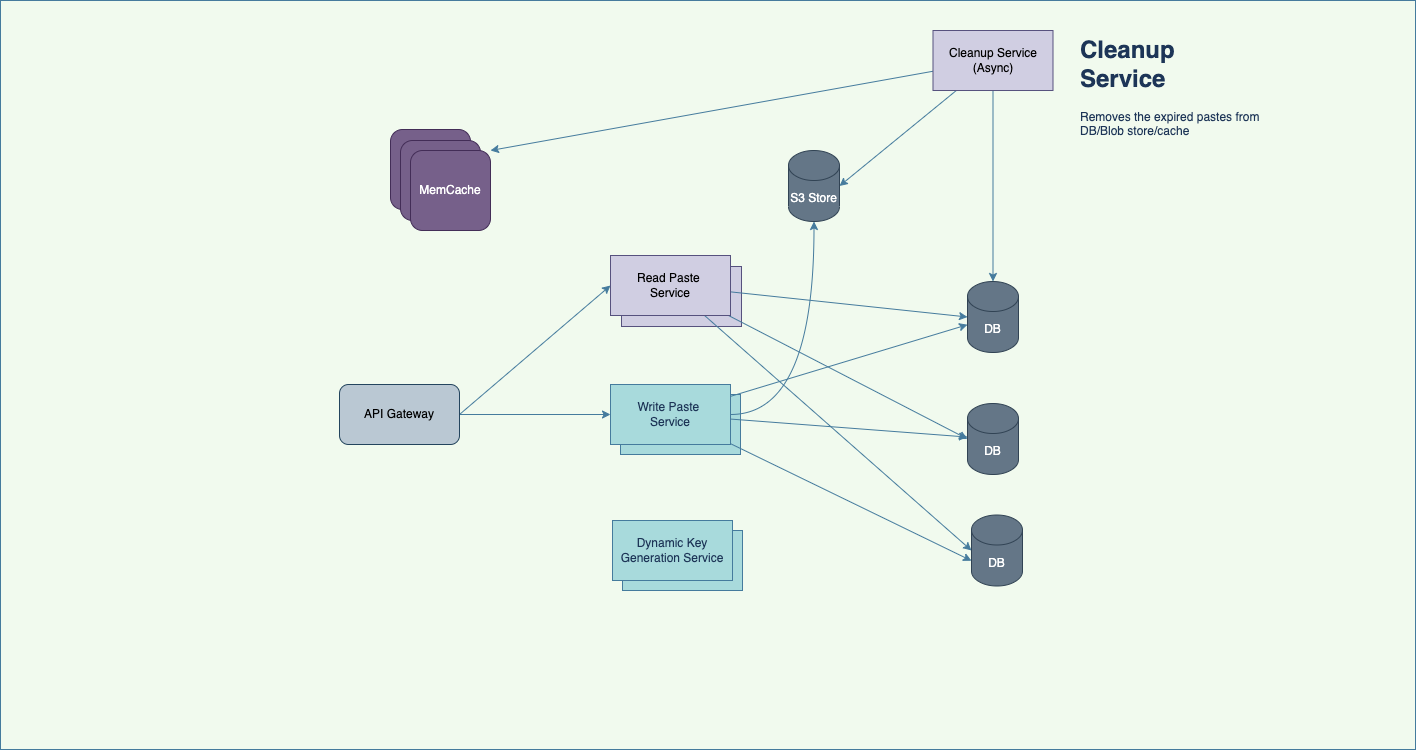
Before: PasteBin.drawio.png, a diagram exported from draw.io (mukeshsingal/draw.io). Source tidied: cells renumbered, new cells last; positions are measured from the earlier drawing's top-left corner, leaving out a move shared by most shapes.
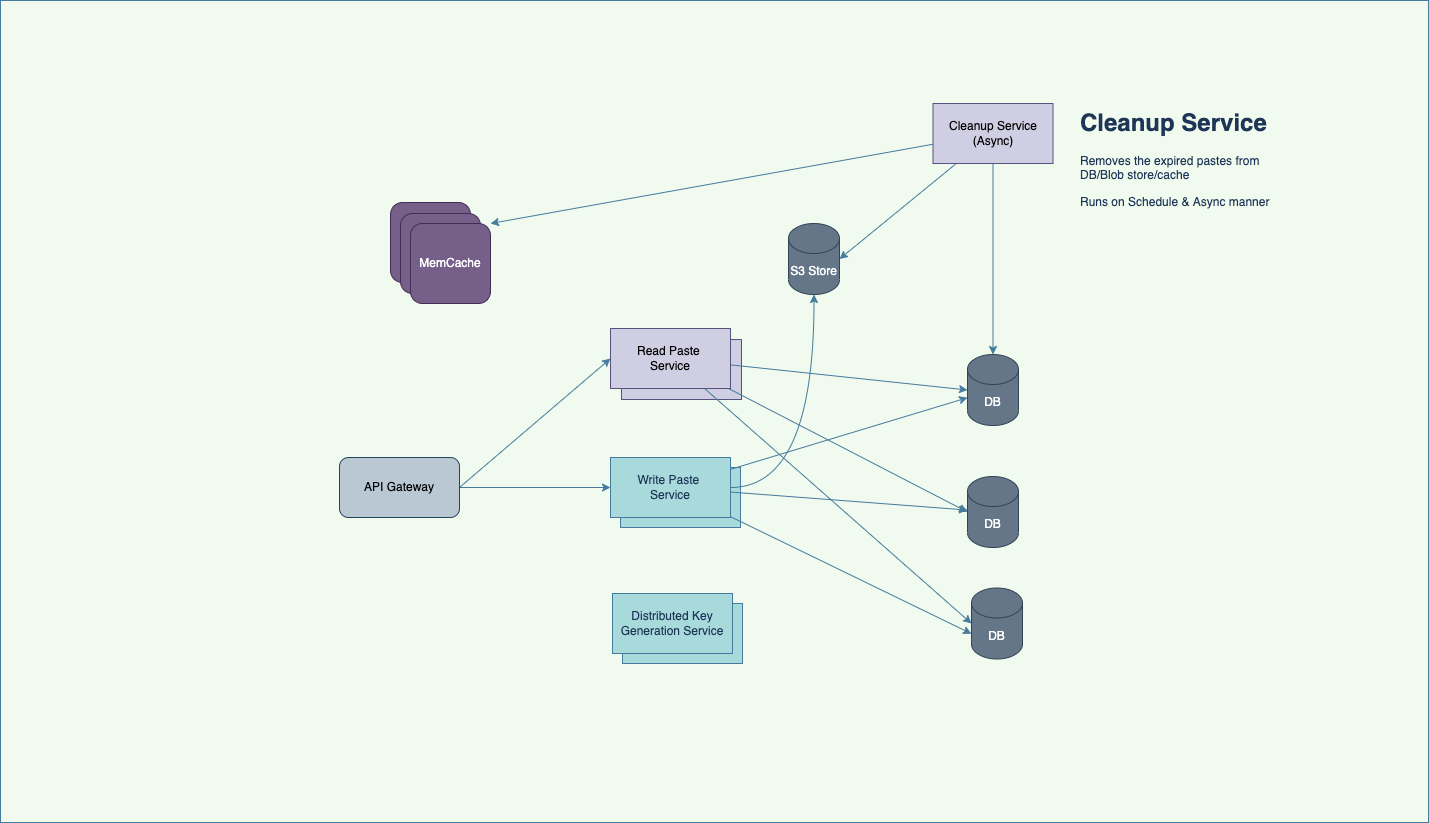
The same file after the commit.

Diff of the diagram source:
```diff
@@ -12,7 +12,7 @@
       <mxGeometry x="621" y="266" width="120" height="60" as="geometry" />
     </mxCell>
     <mxCell id="5" style="rounded=0;whiteSpace=wrap;html=1;fillColor=none;strokeColor=#457B9D;fontColor=#1D3557;" parent="1" vertex="1">
-      <mxGeometry width="1415" height="749" as="geometry" />
+      <mxGeometry y="-73" width="1428" height="822" as="geometry" />
     </mxCell>
     <mxCell id="6" value="Dynamic Key Generation Service" style="rounded=0;whiteSpace=wrap;html=1;fillColor=#A8DADC;strokeColor=#457B9D;fontColor=#1D3557;" parent="1" vertex="1">
       <mxGeometry x="612" y="520" width="120" height="60" as="geometry" />
@@ -53,7 +53,7 @@
     <mxCell id="18" value="API Gateway" style="rounded=1;whiteSpace=wrap;html=1;fillColor=#bac8d3;strokeColor=#23445d;" parent="1" vertex="1">
       <mxGeometry x="339" y="384" width="120" height="60" as="geometry" />
     </mxCell>
-    <mxCell id="19" value="Dynamic Key Generation Service" style="rounded=0;whiteSpace=wrap;html=1;fillColor=#A8DADC;strokeColor=#457B9D;fontColor=#1D3557;" parent="1" vertex="1">
+    <mxCell id="19" value="Distributed Key Generation Service" style="rounded=0;whiteSpace=wrap;html=1;fillColor=#A8DADC;strokeColor=#457B9D;fontColor=#1D3557;" parent="1" vertex="1">
       <mxGeometry x="612" y="520" width="120" height="60" as="geometry" />
     </mxCell>
     <mxCell id="20" value="DB" style="shape=cylinder3;whiteSpace=wrap;html=1;boundedLbl=1;backgroundOutline=1;size=15;rounded=1;strokeColor=#314354;fillColor=#647687;fontColor=#ffffff;" parent="1" vertex="1">
@@ -89,8 +89,8 @@
     <mxCell id="30" value="S3 Store" style="shape=cylinder3;whiteSpace=wrap;html=1;boundedLbl=1;backgroundOutline=1;size=15;rounded=1;strokeColor=#314354;fillColor=#647687;fontColor=#ffffff;" parent="1" vertex="1">
       <mxGeometry x="788" y="150" width="51" height="71" as="geometry" />
     </mxCell>
-    <mxCell id="31" value="&lt;h1&gt;Cleanup Service&lt;/h1&gt;&lt;p&gt;Removes the expired pastes from DB/Blob store/cache&lt;/p&gt;" style="text;html=1;strokeColor=none;fillColor=none;spacing=5;spacingTop=-20;whiteSpace=wrap;overflow=hidden;rounded=0;fontColor=#1D3557;" parent="1" vertex="1">
-      <mxGeometry x="1075" y="30" width="190" height="120" as="geometry" />
+    <mxCell id="31" value="&lt;h1&gt;Cleanup Service&lt;/h1&gt;&lt;p&gt;&lt;span style=&quot;background-color: initial;&quot;&gt;Removes the expired pastes from DB/Blob store/cache&lt;/span&gt;&lt;/p&gt;&lt;p&gt;&lt;span style=&quot;background-color: initial;&quot;&gt;Runs on Schedule &amp;amp; Async manner&lt;/span&gt;&lt;/p&gt;" style="text;html=1;strokeColor=none;fillColor=none;spacing=5;spacingTop=-20;whiteSpace=wrap;overflow=hidden;rounded=0;fontColor=#1D3557;" parent="1" vertex="1">
+      <mxGeometry x="1075" y="30" width="209" height="135" as="geometry" />
     </mxCell>
   </root>
 </mxGraphModel>
```
